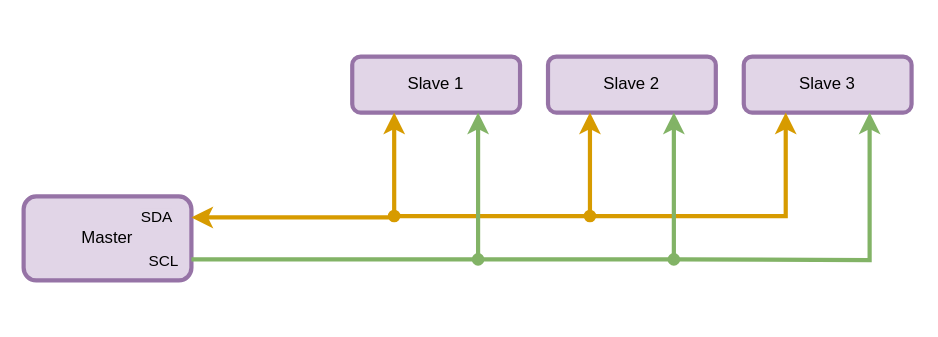
makarov-na/turtle-bot keeps this draw.io diagram as docs/1. Компонентная архитектура/media/i2c.svg. Above is the earlier version. Source tidied: cells renumbered, new cells last; positions are measured from the earlier drawing's top-left corner, leaving out a move shared by most shapes. The source it was exported from:
```xml
<mxGraphModel>
  <root>
    <mxCell id="0" />
    <mxCell id="1" parent="0" />
    <mxCell id="2" style="rounded=0;whiteSpace=wrap;html=1;dashed=1;dashPattern=1 1;strokeWidth=1;strokeColor=none;" parent="1" vertex="1">
      <mxGeometry width="670" height="240" as="geometry" />
    </mxCell>
    <mxCell id="3" value="Master" style="rounded=1;whiteSpace=wrap;html=1;fillColor=#e1d5e7;strokeColor=#9673a6;strokeWidth=3;" parent="1" vertex="1">
      <mxGeometry x="16" y="140" width="120" height="60" as="geometry" />
    </mxCell>
    <mxCell id="4" value="Slave 1" style="rounded=1;whiteSpace=wrap;html=1;fillColor=#e1d5e7;strokeColor=#9673a6;strokeWidth=3;" parent="1" vertex="1">
      <mxGeometry x="251" y="40" width="120" height="40" as="geometry" />
    </mxCell>
    <mxCell id="5" value="Slave 2" style="rounded=1;whiteSpace=wrap;html=1;fillColor=#e1d5e7;strokeColor=#9673a6;strokeWidth=3;" parent="1" vertex="1">
      <mxGeometry x="391" y="40" width="120" height="40" as="geometry" />
    </mxCell>
    <mxCell id="6" value="Slave 3" style="rounded=1;whiteSpace=wrap;html=1;fillColor=#e1d5e7;strokeColor=#9673a6;strokeWidth=3;" parent="1" vertex="1">
      <mxGeometry x="531" y="40" width="120" height="40" as="geometry" />
    </mxCell>
    <mxCell id="7" style="edgeStyle=orthogonalEdgeStyle;rounded=0;jettySize=auto;html=1;strokeWidth=3;entryX=0.25;entryY=1;entryDx=0;entryDy=0;startArrow=oval;startFill=1;endArrow=classic;endFill=1;fillColor=#ffe6cc;strokeColor=#d79b00;" parent="1" edge="1" target="6">
      <mxGeometry relative="1" as="geometry">
        <mxPoint x="421" y="154" as="sourcePoint" />
        <Array as="points">
          <mxPoint x="561" y="154" />
        </Array>
      </mxGeometry>
    </mxCell>
    <mxCell id="8" value="SDA" style="edgeStyle=orthogonalEdgeStyle;rounded=0;jettySize=auto;html=1;strokeWidth=3;entryX=0.25;entryY=1;entryDx=0;entryDy=0;exitX=1;exitY=0.25;exitDx=0;exitDy=0;strokeColor=#d79b00;align=center;verticalAlign=middle;fontFamily=Helvetica;fontSize=11;fontColor=default;labelBackgroundColor=#E1D5E7;endArrow=classic;startArrow=classic;startFill=1;endFill=1;fillColor=#ffe6cc;" parent="1" edge="1" source="3" target="4">
      <mxGeometry x="-1" y="25" relative="1" as="geometry">
        <Array as="points">
          <mxPoint x="281" y="155" />
        </Array>
        <mxPoint x="-25" y="25" as="offset" />
      </mxGeometry>
    </mxCell>
    <mxCell id="9" style="edgeStyle=orthogonalEdgeStyle;rounded=0;jettySize=auto;html=1;strokeWidth=3;entryX=0.25;entryY=1;entryDx=0;entryDy=0;startArrow=oval;startFill=1;endArrow=classic;endFill=1;fillColor=#ffe6cc;strokeColor=#d79b00;" parent="1" edge="1" target="5">
      <mxGeometry relative="1" as="geometry">
        <mxPoint x="281" y="154" as="sourcePoint" />
        <Array as="points">
          <mxPoint x="421" y="154" />
        </Array>
      </mxGeometry>
    </mxCell>
    <mxCell id="10" style="edgeStyle=orthogonalEdgeStyle;rounded=0;jettySize=auto;html=1;strokeWidth=3;entryX=0.75;entryY=1;entryDx=0;entryDy=0;startArrow=oval;startFill=1;fillColor=#d5e8d4;strokeColor=#82b366;" parent="1" edge="1" target="5">
      <mxGeometry relative="1" as="geometry">
        <mxPoint x="341" y="185" as="sourcePoint" />
        <Array as="points">
          <mxPoint x="481" y="185" />
        </Array>
      </mxGeometry>
    </mxCell>
    <mxCell id="11" value="SCL" style="edgeStyle=orthogonalEdgeStyle;rounded=0;jettySize=auto;html=1;strokeWidth=3;entryX=0.75;entryY=1;entryDx=0;entryDy=0;exitX=1;exitY=0.75;exitDx=0;exitDy=0;labelBackgroundColor=#E1D5E7;fillColor=#d5e8d4;strokeColor=#82b366;" parent="1" edge="1" source="3" target="4">
      <mxGeometry x="-0.97" y="-25" relative="1" as="geometry">
        <Array as="points">
          <mxPoint x="341" y="185" />
        </Array>
        <mxPoint x="-25" y="-24" as="offset" />
      </mxGeometry>
    </mxCell>
    <mxCell id="12" style="edgeStyle=orthogonalEdgeStyle;rounded=0;jettySize=auto;html=1;strokeWidth=3;startArrow=oval;startFill=1;fillColor=#d5e8d4;strokeColor=#82b366;entryX=0.75;entryY=1;entryDx=0;entryDy=0;" parent="1" edge="1" target="6">
      <mxGeometry relative="1" as="geometry">
        <mxPoint x="481" y="185" as="sourcePoint" />
      </mxGeometry>
    </mxCell>
  </root>
</mxGraphModel>
```
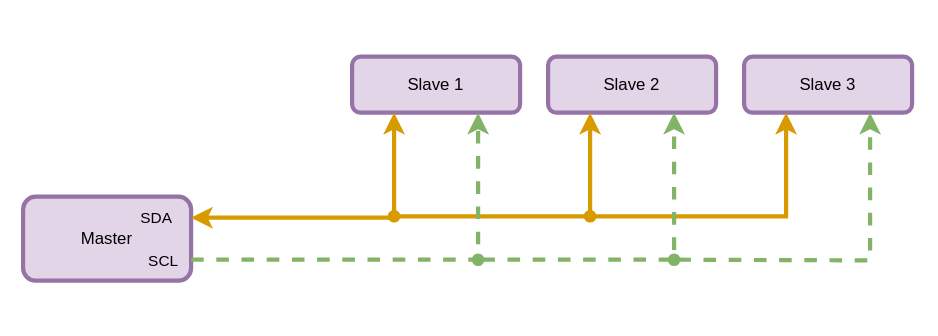
Above is the later version.

The edit, as a diff of the source:
```diff
@@ -41,7 +41,7 @@
         </Array>
       </mxGeometry>
     </mxCell>
-    <mxCell id="10" style="edgeStyle=orthogonalEdgeStyle;rounded=0;jettySize=auto;html=1;strokeWidth=3;entryX=0.75;entryY=1;entryDx=0;entryDy=0;startArrow=oval;startFill=1;fillColor=#d5e8d4;strokeColor=#82b366;" parent="1" edge="1" target="5">
+    <mxCell id="10" style="edgeStyle=orthogonalEdgeStyle;rounded=0;jettySize=auto;html=1;strokeWidth=3;entryX=0.75;entryY=1;entryDx=0;entryDy=0;startArrow=oval;startFill=1;fillColor=#d5e8d4;strokeColor=#82b366;dashed=1;" parent="1" edge="1" target="5">
       <mxGeometry relative="1" as="geometry">
         <mxPoint x="341" y="185" as="sourcePoint" />
         <Array as="points">
@@ -49,7 +49,7 @@
         </Array>
       </mxGeometry>
     </mxCell>
-    <mxCell id="11" value="SCL" style="edgeStyle=orthogonalEdgeStyle;rounded=0;jettySize=auto;html=1;strokeWidth=3;entryX=0.75;entryY=1;entryDx=0;entryDy=0;exitX=1;exitY=0.75;exitDx=0;exitDy=0;labelBackgroundColor=#E1D5E7;fillColor=#d5e8d4;strokeColor=#82b366;" parent="1" edge="1" source="3" target="4">
+    <mxCell id="11" value="SCL" style="edgeStyle=orthogonalEdgeStyle;rounded=0;jettySize=auto;html=1;strokeWidth=3;entryX=0.75;entryY=1;entryDx=0;entryDy=0;exitX=1;exitY=0.75;exitDx=0;exitDy=0;labelBackgroundColor=#E1D5E7;fillColor=#d5e8d4;strokeColor=#82b366;dashed=1;" parent="1" edge="1" source="3" target="4">
       <mxGeometry x="-0.97" y="-25" relative="1" as="geometry">
         <Array as="points">
           <mxPoint x="341" y="185" />
@@ -57,7 +57,7 @@
         <mxPoint x="-25" y="-24" as="offset" />
       </mxGeometry>
     </mxCell>
-    <mxCell id="12" style="edgeStyle=orthogonalEdgeStyle;rounded=0;jettySize=auto;html=1;strokeWidth=3;startArrow=oval;startFill=1;fillColor=#d5e8d4;strokeColor=#82b366;entryX=0.75;entryY=1;entryDx=0;entryDy=0;" parent="1" edge="1" target="6">
+    <mxCell id="12" style="edgeStyle=orthogonalEdgeStyle;rounded=0;jettySize=auto;html=1;strokeWidth=3;startArrow=oval;startFill=1;fillColor=#d5e8d4;strokeColor=#82b366;entryX=0.75;entryY=1;entryDx=0;entryDy=0;dashed=1;" parent="1" edge="1" target="6">
       <mxGeometry relative="1" as="geometry">
         <mxPoint x="481" y="185" as="sourcePoint" />
       </mxGeometry>
```
